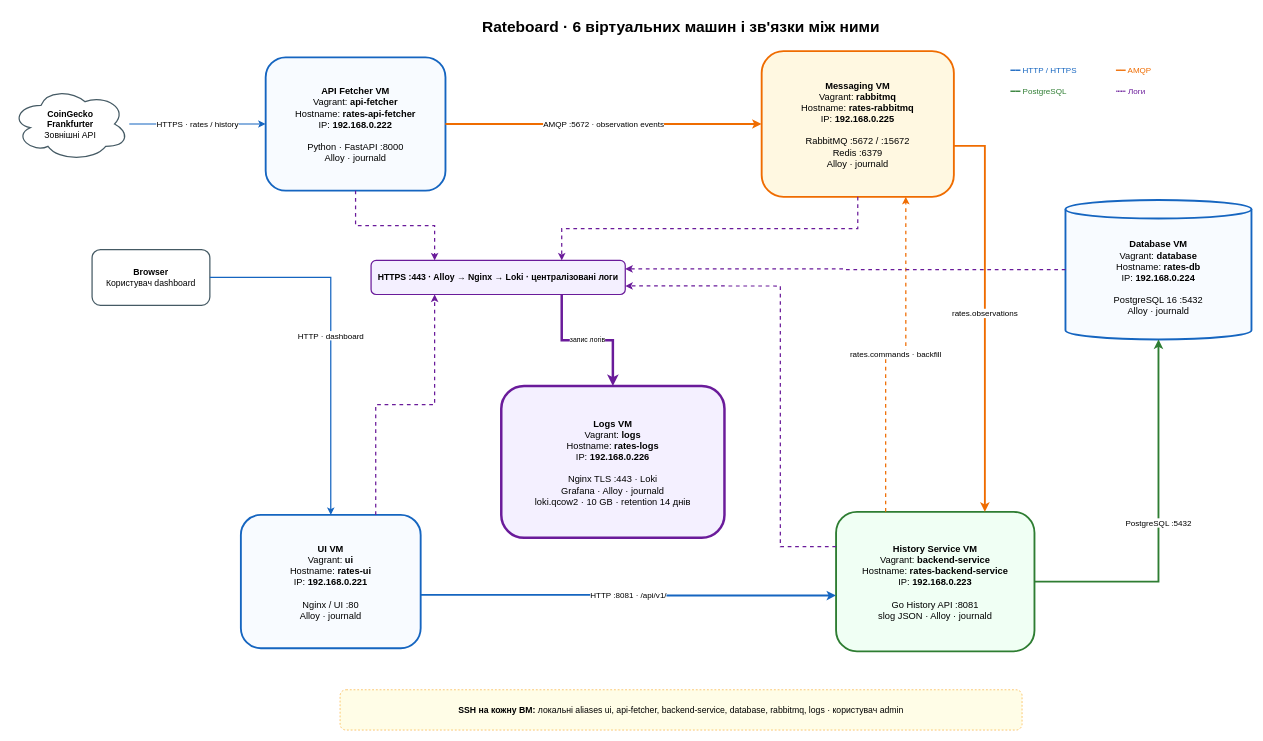
This is docs/rateboard-logging.drawio from ua-academy-projects/push-and-pray, a draw.io file, before an edit. Source tidied: cells renumbered, new cells numbered last; positions are measured from the earlier drawing's top-left corner, leaving out a move shared by most shapes. Both pictures are drawn from the tidied source at 62%, with x=0, y=0 at pixel (11, 11).
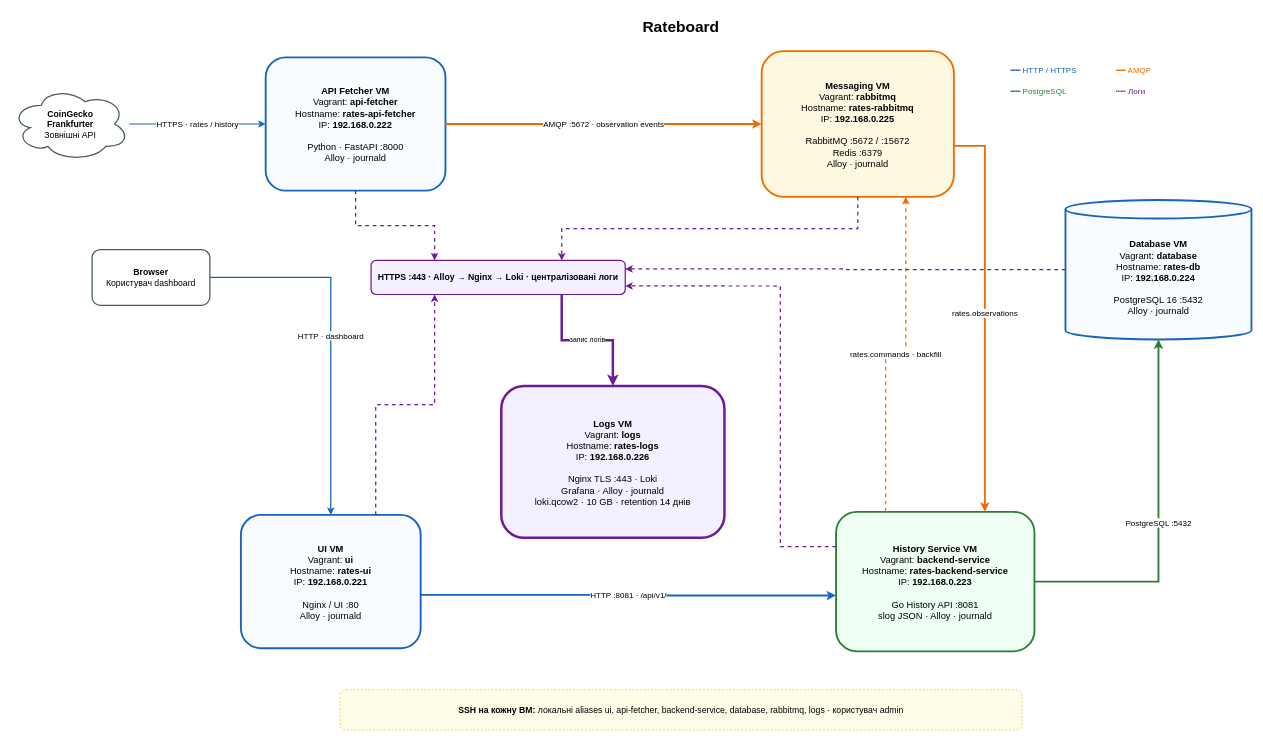
The same page after the edit.

Change to the diagram source:
```diff
@@
-    <mxCell id="2" value="Rateboard · 6 віртуальних машин і зв'язки між ними" style="text;html=1;align=center;verticalAlign=middle;whiteSpace=wrap;fontSize=25;fontStyle=1;" parent="1" vertex="1">
+    <mxCell id="2" value="Rateboard" style="text;html=1;align=center;verticalAlign=middle;whiteSpace=wrap;fontSize=25;fontStyle=1;" parent="1" vertex="1">
       <mxGeometry x="630" width="900" height="50" as="geometry" />
     </mxCell>
```
